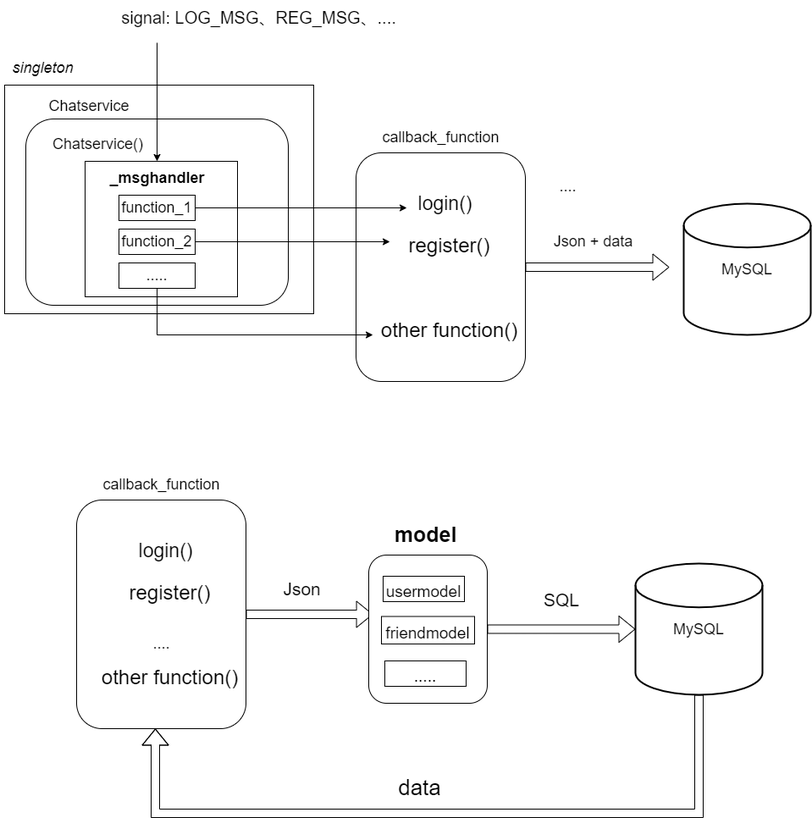
This is data/C++集群聊天服务器_Chatservice.drawio.png from mo-xiaoxiu/imagefrommyblog, a draw.io export, as it was before one commit. Source tidied: cells renumbered, new cells last; positions are measured from the earlier drawing's top-left corner, leaving out a move shared by most shapes.
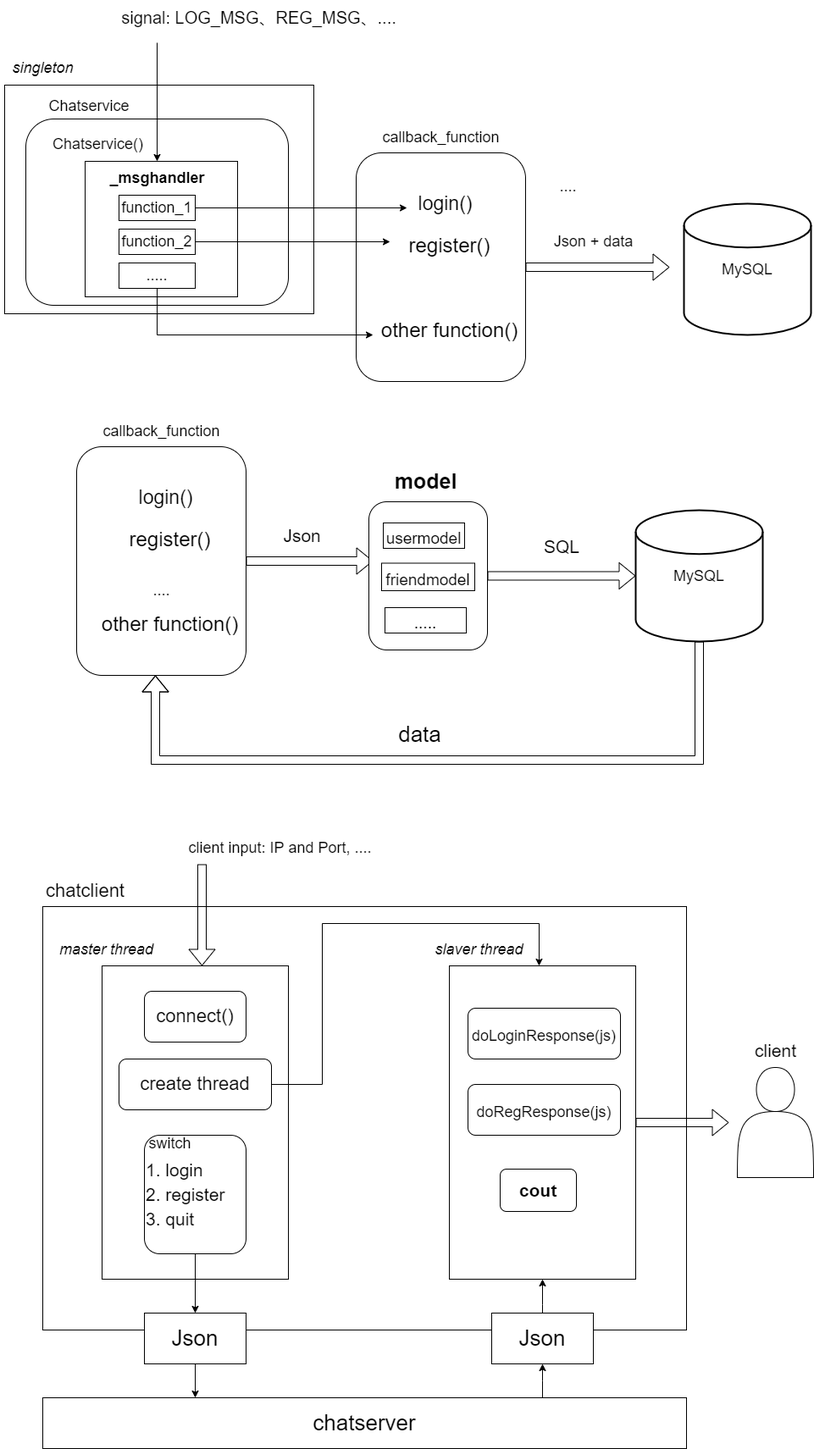
After the change.

Commit message:
Update C++集群聊天服务器_Chatservice.drawio.png

Change to the diagram source:
```diff
@@ -6,60 +6,60 @@
       <mxGeometry relative="1" as="geometry" />
     </mxCell>
     <mxCell id="3" style="rounded=1;whiteSpace=wrap;html=1;fontSize=24;" parent="1" vertex="1">
-      <mxGeometry x="90" y="590" width="200" height="270" as="geometry" />
+      <mxGeometry x="90" y="527" width="200" height="270" as="geometry" />
     </mxCell>
     <mxCell id="4" value="&lt;font style=&quot;font-size: 23px;&quot;&gt;login()&lt;/font&gt;" style="text;html=1;align=center;verticalAlign=middle;strokeColor=none;fillColor=none;fontSize=18;" parent="1" vertex="1">
-      <mxGeometry x="150" y="630" width="90" height="40" as="geometry" />
+      <mxGeometry x="150" y="567" width="90" height="40" as="geometry" />
     </mxCell>
     <mxCell id="5" value="&lt;font style=&quot;font-size: 24px;&quot;&gt;register()&lt;/font&gt;" style="text;html=1;align=center;verticalAlign=middle;strokeColor=none;fillColor=none;fontSize=18;" parent="1" vertex="1">
-      <mxGeometry x="140" y="680" width="120" height="40" as="geometry" />
+      <mxGeometry x="140" y="617" width="120" height="40" as="geometry" />
     </mxCell>
     <mxCell id="6" value="...." style="text;html=1;align=center;verticalAlign=middle;strokeColor=none;fillColor=none;fontSize=18;" parent="1" vertex="1">
-      <mxGeometry x="170" y="740" width="40" height="40" as="geometry" />
+      <mxGeometry x="170" y="677" width="40" height="40" as="geometry" />
     </mxCell>
     <mxCell id="7" value="&lt;font style=&quot;font-size: 24px;&quot;&gt;other function()&lt;/font&gt;" style="text;html=1;align=center;verticalAlign=middle;strokeColor=none;fillColor=none;fontSize=20;" parent="1" vertex="1">
-      <mxGeometry x="110" y="780" width="180" height="40" as="geometry" />
+      <mxGeometry x="110" y="717" width="180" height="40" as="geometry" />
     </mxCell>
     <mxCell id="8" value="&lt;font style=&quot;font-size: 18px;&quot;&gt;callback_function&lt;/font&gt;" style="text;html=1;align=center;verticalAlign=middle;strokeColor=none;fillColor=none;fontSize=24;" parent="1" vertex="1">
-      <mxGeometry x="110" y="550" width="160" height="40" as="geometry" />
+      <mxGeometry x="110" y="487" width="160" height="40" as="geometry" />
     </mxCell>
     <mxCell id="9" value="&lt;font style=&quot;font-size: 21px;&quot;&gt;Json&amp;nbsp;&lt;/font&gt;" style="text;html=1;align=center;verticalAlign=middle;strokeColor=none;fillColor=none;fontSize=18;" parent="1" vertex="1">
-      <mxGeometry x="324" y="675" width="70" height="40" as="geometry" />
+      <mxGeometry x="324" y="612" width="70" height="40" as="geometry" />
     </mxCell>
     <mxCell id="10" style="edgeStyle=orthogonalEdgeStyle;shape=flexArrow;rounded=0;jettySize=auto;html=1;entryX=0.465;entryY=1;entryDx=0;entryDy=0;entryPerimeter=0;fontSize=21;" parent="1" edge="1" source="11" target="3">
       <mxGeometry relative="1" as="geometry">
         <Array as="points">
-          <mxPoint x="825" y="960" />
-          <mxPoint x="183" y="960" />
+          <mxPoint x="825" y="897" />
+          <mxPoint x="183" y="897" />
         </Array>
       </mxGeometry>
     </mxCell>
     <mxCell id="11" value="MySQL" style="strokeWidth=2;html=1;shape=mxgraph.flowchart.database;whiteSpace=wrap;fontSize=18;" parent="1" vertex="1">
-      <mxGeometry x="750" y="665" width="150" height="155" as="geometry" />
+      <mxGeometry x="750" y="602" width="150" height="155" as="geometry" />
     </mxCell>
     <mxCell id="12" style="edgeStyle=orthogonalEdgeStyle;shape=flexArrow;rounded=0;jettySize=auto;html=1;entryX=0;entryY=0.5;entryDx=0;entryDy=0;entryPerimeter=0;fontSize=19;" parent="1" edge="1" source="13" target="11">
       <mxGeometry relative="1" as="geometry" />
     </mxCell>
     <mxCell id="13" style="rounded=1;whiteSpace=wrap;html=1;fontSize=25;" parent="1" vertex="1">
-      <mxGeometry x="435" y="655" width="140" height="175" as="geometry" />
+      <mxGeometry x="435" y="592" width="140" height="175" as="geometry" />
     </mxCell>
     <mxCell id="14" value="&lt;b&gt;model&lt;/b&gt;" style="text;html=1;align=center;verticalAlign=middle;strokeColor=none;fillColor=none;fontSize=25;" parent="1" vertex="1">
-      <mxGeometry x="452" y="610" width="100" height="40" as="geometry" />
+      <mxGeometry x="452" y="547" width="100" height="40" as="geometry" />
     </mxCell>
     <mxCell id="15" value="&lt;font style=&quot;font-size: 19px;&quot;&gt;usermodel&lt;/font&gt;" style="rounded=0;whiteSpace=wrap;html=1;fontSize=25;" parent="1" vertex="1">
-      <mxGeometry x="452" y="680" width="96" height="30" as="geometry" />
+      <mxGeometry x="452" y="617" width="96" height="30" as="geometry" />
     </mxCell>
     <mxCell id="16" value="&lt;font style=&quot;font-size: 19px;&quot;&gt;friendmodel&lt;/font&gt;" style="rounded=0;whiteSpace=wrap;html=1;fontSize=25;" parent="1" vertex="1">
-      <mxGeometry x="450" y="727.5" width="110" height="32.5" as="geometry" />
+      <mxGeometry x="450" y="664.5" width="110" height="32.5" as="geometry" />
     </mxCell>
     <mxCell id="17" value="&lt;span style=&quot;font-size: 19px;&quot;&gt;.....&lt;/span&gt;" style="rounded=0;whiteSpace=wrap;html=1;fontSize=25;" parent="1" vertex="1">
-      <mxGeometry x="454" y="780" width="96" height="30" as="geometry" />
+      <mxGeometry x="454" y="717" width="96" height="30" as="geometry" />
     </mxCell>
     <mxCell id="18" value="&lt;font style=&quot;font-size: 21px;&quot;&gt;SQL&amp;nbsp;&lt;/font&gt;" style="text;html=1;align=center;verticalAlign=middle;strokeColor=none;fillColor=none;fontSize=18;" parent="1" vertex="1">
-      <mxGeometry x="630" y="687.5" width="70" height="40" as="geometry" />
+      <mxGeometry x="630" y="624.5" width="70" height="40" as="geometry" />
     </mxCell>
     <mxCell id="19" value="&lt;font style=&quot;font-size: 26px;&quot;&gt;data&lt;/font&gt;" style="text;html=1;align=center;verticalAlign=middle;strokeColor=none;fillColor=none;fontSize=21;" parent="1" vertex="1">
-      <mxGeometry x="460" y="910" width="70" height="40" as="geometry" />
+      <mxGeometry x="460" y="847" width="70" height="40" as="geometry" />
     </mxCell>
     <mxCell id="20" style="rounded=1;whiteSpace=wrap;html=1;fontSize=24;" parent="1" vertex="1">
       <mxGeometry x="420" y="180" width="200" height="270" as="geometry" />
@@ -143,5 +143,106 @@
     <mxCell id="43" value="MySQL" style="strokeWidth=2;html=1;shape=mxgraph.flowchart.database;whiteSpace=wrap;fontSize=18;" parent="1" vertex="1">
       <mxGeometry x="807" y="240" width="150" height="155" as="geometry" />
     </mxCell>
+    <mxCell id="44" style="rounded=0;whiteSpace=wrap;html=1;fontSize=26;" parent="1" vertex="1">
+      <mxGeometry x="50" y="1070" width="760" height="500" as="geometry" />
+    </mxCell>
+    <mxCell id="45" value="&lt;font style=&quot;font-size: 22px;&quot;&gt;chatclient&lt;/font&gt;" style="text;html=1;align=center;verticalAlign=middle;strokeColor=none;fillColor=none;fontSize=26;" parent="1" vertex="1">
+      <mxGeometry x="40" y="1030" width="120" height="40" as="geometry" />
+    </mxCell>
+    <mxCell id="46" style="rounded=0;whiteSpace=wrap;html=1;fontSize=22;" parent="1" vertex="1">
+      <mxGeometry x="120" y="1140" width="220" height="370" as="geometry" />
+    </mxCell>
+    <mxCell id="47" style="endArrow=classic;html=1;rounded=0;fontSize=22;shape=flexArrow;entryX=0.5;entryY=0;entryDx=0;entryDy=0;" parent="1" edge="1">
+      <mxGeometry relative="1" as="geometry">
+        <mxPoint x="238" y="1020" as="sourcePoint" />
+        <mxPoint x="238" y="1140" as="targetPoint" />
+      </mxGeometry>
+    </mxCell>
+    <mxCell id="48" value="&lt;font style=&quot;font-size: 18px;&quot;&gt;client input: IP and Port, ....&lt;/font&gt;" style="text;html=1;align=center;verticalAlign=middle;strokeColor=none;fillColor=none;fontSize=22;" parent="1" vertex="1">
+      <mxGeometry x="210" y="980" width="240" height="40" as="geometry" />
+    </mxCell>
+    <mxCell id="49" value="connect()" style="rounded=1;whiteSpace=wrap;html=1;fontSize=22;" parent="1" vertex="1">
+      <mxGeometry x="170" y="1170" width="120" height="60" as="geometry" />
+    </mxCell>
+    <mxCell id="50" style="edgeStyle=orthogonalEdgeStyle;rounded=0;jettySize=auto;html=1;entryX=1.046;entryY=1;entryDx=0;entryDy=0;entryPerimeter=0;fontSize=18;exitX=1;exitY=0.5;exitDx=0;exitDy=0;" parent="1" edge="1" source="51" target="55">
+      <mxGeometry relative="1" as="geometry">
+        <Array as="points">
+          <mxPoint x="380" y="1280" />
+          <mxPoint x="380" y="1090" />
+          <mxPoint x="636" y="1090" />
+        </Array>
+      </mxGeometry>
+    </mxCell>
+    <mxCell id="51" value="create thread" style="rounded=1;whiteSpace=wrap;html=1;fontSize=22;" parent="1" vertex="1">
+      <mxGeometry x="140" y="1250" width="180" height="60" as="geometry" />
+    </mxCell>
+    <mxCell id="52" value="&lt;i&gt;&lt;font style=&quot;font-size: 18px;&quot;&gt;master thread&lt;/font&gt;&lt;/i&gt;" style="text;html=1;align=center;verticalAlign=middle;strokeColor=none;fillColor=none;fontSize=22;" parent="1" vertex="1">
+      <mxGeometry x="60" y="1100" width="130" height="40" as="geometry" />
+    </mxCell>
+    <mxCell id="53" style="edgeStyle=orthogonalEdgeStyle;rounded=0;jettySize=auto;html=1;fontSize=21;shape=flexArrow;" parent="1" edge="1" source="54">
+      <mxGeometry relative="1" as="geometry">
+        <mxPoint x="860" y="1325" as="targetPoint" />
+      </mxGeometry>
+    </mxCell>
+    <mxCell id="54" style="rounded=0;whiteSpace=wrap;html=1;fontSize=22;" parent="1" vertex="1">
+      <mxGeometry x="530" y="1140" width="220" height="370" as="geometry" />
+    </mxCell>
+    <mxCell id="55" value="&lt;i&gt;&lt;font style=&quot;font-size: 18px;&quot;&gt;slaver thread&lt;/font&gt;&lt;/i&gt;" style="text;html=1;align=center;verticalAlign=middle;points=[];strokeColor=none;fillColor=none;fontSize=22;" parent="1" vertex="1">
+      <mxGeometry x="500" y="1100" width="130" height="40" as="geometry" />
+    </mxCell>
+    <mxCell id="56" style="edgeStyle=orthogonalEdgeStyle;rounded=0;jettySize=auto;html=1;fontSize=26;" parent="1" edge="1" source="57" target="60">
+      <mxGeometry relative="1" as="geometry" />
+    </mxCell>
+    <mxCell id="57" value="&lt;span style=&quot;font-size: 21px;&quot;&gt;1. login&lt;/span&gt;&lt;br style=&quot;font-size: 21px;&quot;&gt;&lt;span style=&quot;font-size: 21px;&quot;&gt;2. register&lt;/span&gt;&lt;br style=&quot;font-size: 21px;&quot;&gt;&lt;span style=&quot;font-size: 21px;&quot;&gt;3. quit&lt;/span&gt;" style="rounded=1;whiteSpace=wrap;html=1;fontSize=18;align=left;" parent="1" vertex="1">
+      <mxGeometry x="170" y="1340" width="120" height="140" as="geometry" />
+    </mxCell>
+    <mxCell id="58" value="switch" style="text;html=1;align=center;verticalAlign=middle;strokeColor=none;fillColor=none;fontSize=18;" parent="1" vertex="1">
+      <mxGeometry x="165" y="1330" width="70" height="40" as="geometry" />
+    </mxCell>
+    <mxCell id="59" style="edgeStyle=orthogonalEdgeStyle;rounded=0;jettySize=auto;html=1;fontSize=26;" parent="1" edge="1" source="60">
+      <mxGeometry relative="1" as="geometry">
+        <mxPoint x="230" y="1650" as="targetPoint" />
+      </mxGeometry>
+    </mxCell>
+    <mxCell id="60" value="&lt;font style=&quot;font-size: 26px;&quot;&gt;Json&lt;/font&gt;" style="rounded=0;whiteSpace=wrap;html=1;fontSize=18;" parent="1" vertex="1">
+      <mxGeometry x="170" y="1550" width="120" height="60" as="geometry" />
+    </mxCell>
+    <mxCell id="61" style="edgeStyle=orthogonalEdgeStyle;rounded=0;jettySize=auto;html=1;entryX=0.5;entryY=1;entryDx=0;entryDy=0;fontSize=26;" parent="1" edge="1" source="62" target="64">
+      <mxGeometry relative="1" as="geometry">
+        <Array as="points">
+          <mxPoint x="640" y="1630" />
+          <mxPoint x="640" y="1630" />
+        </Array>
+      </mxGeometry>
+    </mxCell>
+    <mxCell id="62" value="chatserver" style="rounded=0;whiteSpace=wrap;html=1;fontSize=26;" parent="1" vertex="1">
+      <mxGeometry x="50" y="1650" width="760" height="60" as="geometry" />
+    </mxCell>
+    <mxCell id="63" style="edgeStyle=orthogonalEdgeStyle;rounded=0;jettySize=auto;html=1;fontSize=18;" parent="1" edge="1" source="64" target="54">
+      <mxGeometry relative="1" as="geometry">
+        <Array as="points">
+          <mxPoint x="640" y="1540" />
+          <mxPoint x="640" y="1540" />
+        </Array>
+      </mxGeometry>
+    </mxCell>
+    <mxCell id="64" value="&lt;font style=&quot;font-size: 26px;&quot;&gt;Json&lt;/font&gt;" style="rounded=0;whiteSpace=wrap;html=1;fontSize=18;" parent="1" vertex="1">
+      <mxGeometry x="580" y="1550" width="120" height="60" as="geometry" />
+    </mxCell>
+    <mxCell id="65" value="&lt;font style=&quot;font-size: 18px;&quot;&gt;doLoginResponse(js)&lt;/font&gt;" style="rounded=1;whiteSpace=wrap;html=1;fontSize=26;" parent="1" vertex="1">
+      <mxGeometry x="552" y="1190" width="180" height="60" as="geometry" />
+    </mxCell>
+    <mxCell id="66" value="&lt;font style=&quot;font-size: 18px;&quot;&gt;doRegResponse(js)&lt;/font&gt;" style="rounded=1;whiteSpace=wrap;html=1;fontSize=26;" parent="1" vertex="1">
+      <mxGeometry x="552" y="1280" width="180" height="60" as="geometry" />
+    </mxCell>
+    <mxCell id="67" value="&lt;b&gt;&lt;font style=&quot;font-size: 21px;&quot;&gt;cout&lt;/font&gt;&lt;/b&gt;" style="rounded=1;whiteSpace=wrap;html=1;fontSize=18;" parent="1" vertex="1">
+      <mxGeometry x="590" y="1380" width="90" height="50" as="geometry" />
+    </mxCell>
+    <mxCell id="68" value="client" style="text;html=1;align=center;verticalAlign=middle;strokeColor=none;fillColor=none;fontSize=21;" parent="1" vertex="1">
+      <mxGeometry x="880" y="1220" width="70" height="40" as="geometry" />
+    </mxCell>
+    <mxCell id="69" style="shape=actor;whiteSpace=wrap;html=1;fontSize=21;" parent="1" vertex="1">
+      <mxGeometry x="870" y="1260" width="90" height="130" as="geometry" />
+    </mxCell>
   </root>
 </mxGraphModel>
```
